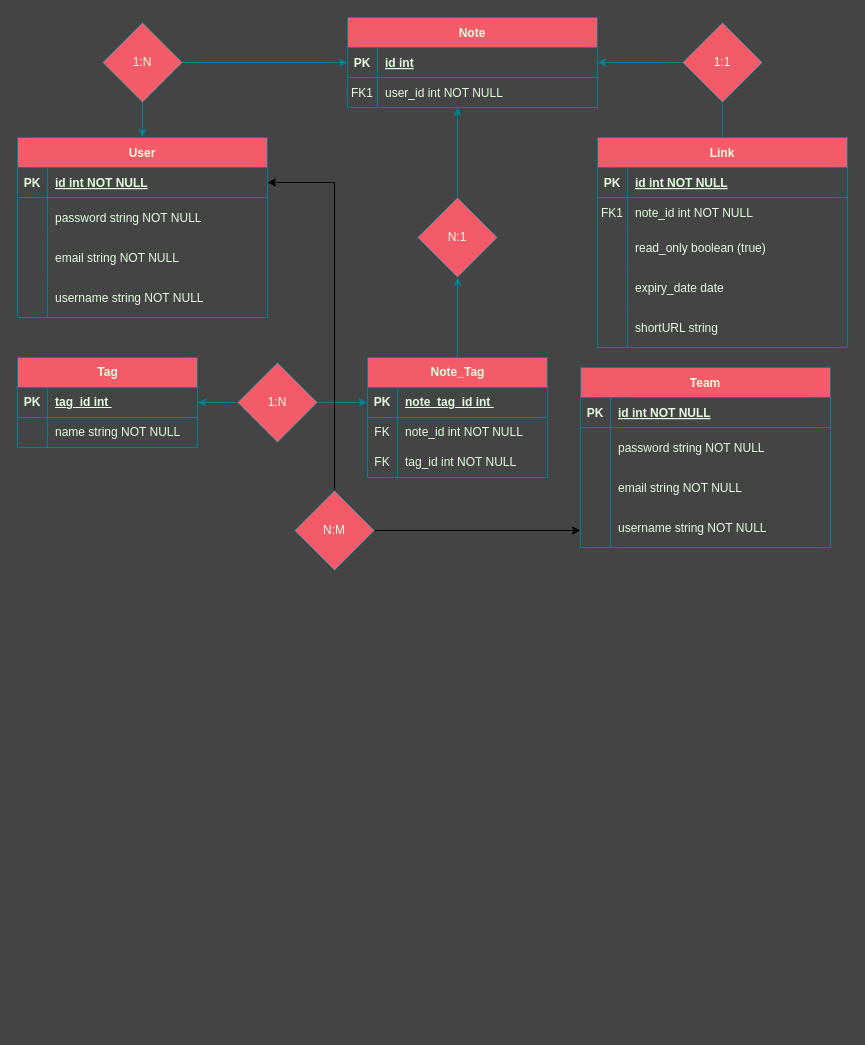
Above: ER.drawio in Juanjo-Saez/Grimorio (draw.io), before the change. Source tidied: cells renumbered, new cells numbered last; positions are measured from the earlier drawing's top-left corner, leaving out a move shared by most shapes. Both pictures are drawn from the tidied source at 100%, with x=0, y=0 at pixel (17, 17).
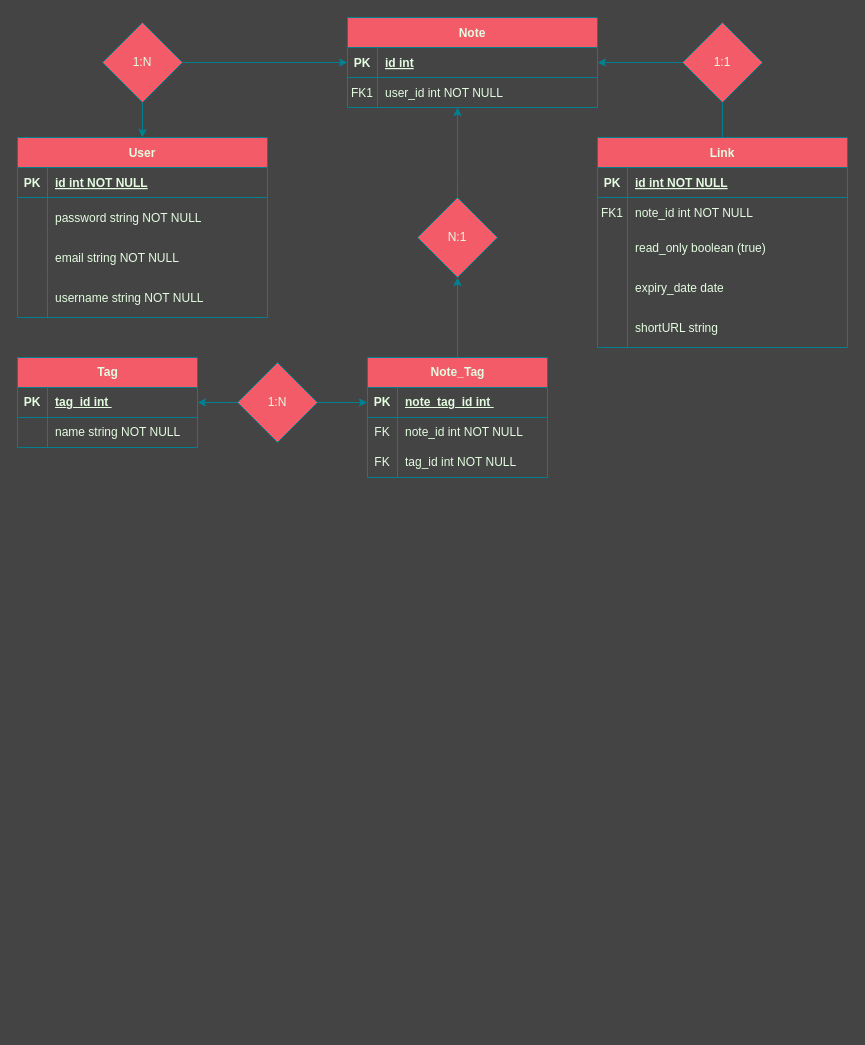
The same diagram, later.

Unchanged cells that the change refers to:
```xml
<mxCell id="41" style="shape=partialRectangle;fillColor=none;points=[[0,0.5],[1,0.5]];portConstraint=eastwest;top=0;left=0;right=0;bottom=1;labelBackgroundColor=none;strokeColor=#028090;fontColor=#E4FDE1;" parent="40" vertex="1">
  <mxGeometry y="30" width="250" height="30" as="geometry" />
</mxCell>
```

What changed in the source:
```diff
@@
-    <mxCell id="70" style="edgeStyle=orthogonalEdgeStyle;rounded=0;jettySize=auto;html=1;" parent="1" edge="1" source="72" target="41">
-      <mxGeometry relative="1" as="geometry" />
-    </mxCell>
-    <mxCell id="71" style="edgeStyle=orthogonalEdgeStyle;rounded=0;jettySize=auto;html=1;exitX=1;exitY=0.5;exitDx=0;exitDy=0;" parent="1" edge="1" source="72" target="73">
-      <mxGeometry relative="1" as="geometry">
-        <Array as="points">
-          <mxPoint x="552" y="513" />
-          <mxPoint x="552" y="513" />
-        </Array>
-      </mxGeometry>
-    </mxCell>
-    <mxCell id="72" value="N:M" style="rhombus;whiteSpace=wrap;html=1;labelBackgroundColor=none;fillColor=#F45B69;strokeColor=#028090;fontColor=#E4FDE1;" parent="1" vertex="1">
-      <mxGeometry x="277" y="473" width="80" height="80" as="geometry" />
-    </mxCell>
-    <mxCell id="73" value="Team" style="shape=table;startSize=30;childLayout=tableLayout;rowLines=0;fontStyle=1;align=center;labelBackgroundColor=none;fillColor=#F45B69;strokeColor=#028090;fontColor=#E4FDE1;" parent="1" vertex="1">
-      <mxGeometry x="563" y="350" width="250" height="180" as="geometry" />
-    </mxCell>
-    <mxCell id="74" style="shape=partialRectangle;fillColor=none;top=0;left=0;right=0;bottom=1;labelBackgroundColor=none;strokeColor=#028090;fontColor=#E4FDE1;" parent="73" vertex="1">
-      <mxGeometry y="30" width="250" height="30" as="geometry" />
-    </mxCell>
-    <mxCell id="75" value="PK" style="shape=partialRectangle;overflow=hidden;fillColor=none;top=0;left=0;bottom=0;right=0;fontStyle=1;labelBackgroundColor=none;strokeColor=#028090;fontColor=#E4FDE1;" parent="74" vertex="1">
-      <mxGeometry width="30" height="30" as="geometry" />
-    </mxCell>
-    <mxCell id="76" value="id int NOT NULL " style="shape=partialRectangle;overflow=hidden;fillColor=none;top=0;left=0;bottom=0;right=0;align=left;spacingLeft=6;fontStyle=5;labelBackgroundColor=none;strokeColor=#028090;fontColor=#E4FDE1;" parent="74" vertex="1">
-      <mxGeometry x="30" width="220" height="30" as="geometry" />
-    </mxCell>
-    <mxCell id="77" style="shape=partialRectangle;fillColor=none;top=0;left=0;right=0;bottom=0;labelBackgroundColor=none;strokeColor=#028090;fontColor=#E4FDE1;" parent="73" vertex="1">
-      <mxGeometry y="60" width="250" height="40" as="geometry" />
-    </mxCell>
-    <mxCell id="78" style="shape=partialRectangle;overflow=hidden;fillColor=none;top=0;left=0;bottom=0;right=0;labelBackgroundColor=none;strokeColor=#028090;fontColor=#E4FDE1;" parent="77" vertex="1">
-      <mxGeometry width="30" height="40" as="geometry" />
-    </mxCell>
-    <mxCell id="79" value="password string NOT NULL" style="shape=partialRectangle;overflow=hidden;fillColor=none;top=0;left=0;bottom=0;right=0;align=left;spacingLeft=6;labelBackgroundColor=none;strokeColor=#028090;fontColor=#E4FDE1;" parent="77" vertex="1">
-      <mxGeometry x="30" width="220" height="40" as="geometry" />
-    </mxCell>
-    <mxCell id="80" style="shape=partialRectangle;fillColor=none;top=0;left=0;right=0;bottom=0;labelBackgroundColor=none;strokeColor=#028090;fontColor=#E4FDE1;" parent="73" vertex="1">
-      <mxGeometry y="100" width="250" height="40" as="geometry" />
-    </mxCell>
-    <mxCell id="81" style="shape=partialRectangle;overflow=hidden;fillColor=none;top=0;left=0;bottom=0;right=0;labelBackgroundColor=none;strokeColor=#028090;fontColor=#E4FDE1;" parent="80" vertex="1">
-      <mxGeometry width="30" height="40" as="geometry" />
-    </mxCell>
-    <mxCell id="82" value="email string NOT NULL" style="shape=partialRectangle;overflow=hidden;fillColor=none;top=0;left=0;bottom=0;right=0;align=left;spacingLeft=6;labelBackgroundColor=none;strokeColor=#028090;fontColor=#E4FDE1;" parent="80" vertex="1">
-      <mxGeometry x="30" width="220" height="40" as="geometry" />
-    </mxCell>
-    <mxCell id="83" style="shape=partialRectangle;fillColor=none;top=0;left=0;right=0;bottom=0;labelBackgroundColor=none;strokeColor=#028090;fontColor=#E4FDE1;" parent="73" vertex="1">
-      <mxGeometry y="140" width="250" height="40" as="geometry" />
-    </mxCell>
-    <mxCell id="84" style="shape=partialRectangle;overflow=hidden;fillColor=none;top=0;left=0;bottom=0;right=0;labelBackgroundColor=none;strokeColor=#028090;fontColor=#E4FDE1;" parent="83" vertex="1">
-      <mxGeometry width="30" height="40" as="geometry" />
-    </mxCell>
-    <mxCell id="85" value="username string NOT NULL" style="shape=partialRectangle;overflow=hidden;fillColor=none;top=0;left=0;bottom=0;right=0;align=left;spacingLeft=6;labelBackgroundColor=none;strokeColor=#028090;fontColor=#E4FDE1;" parent="83" vertex="1">
-      <mxGeometry x="30" width="220" height="40" as="geometry" />
-    </mxCell>
```
